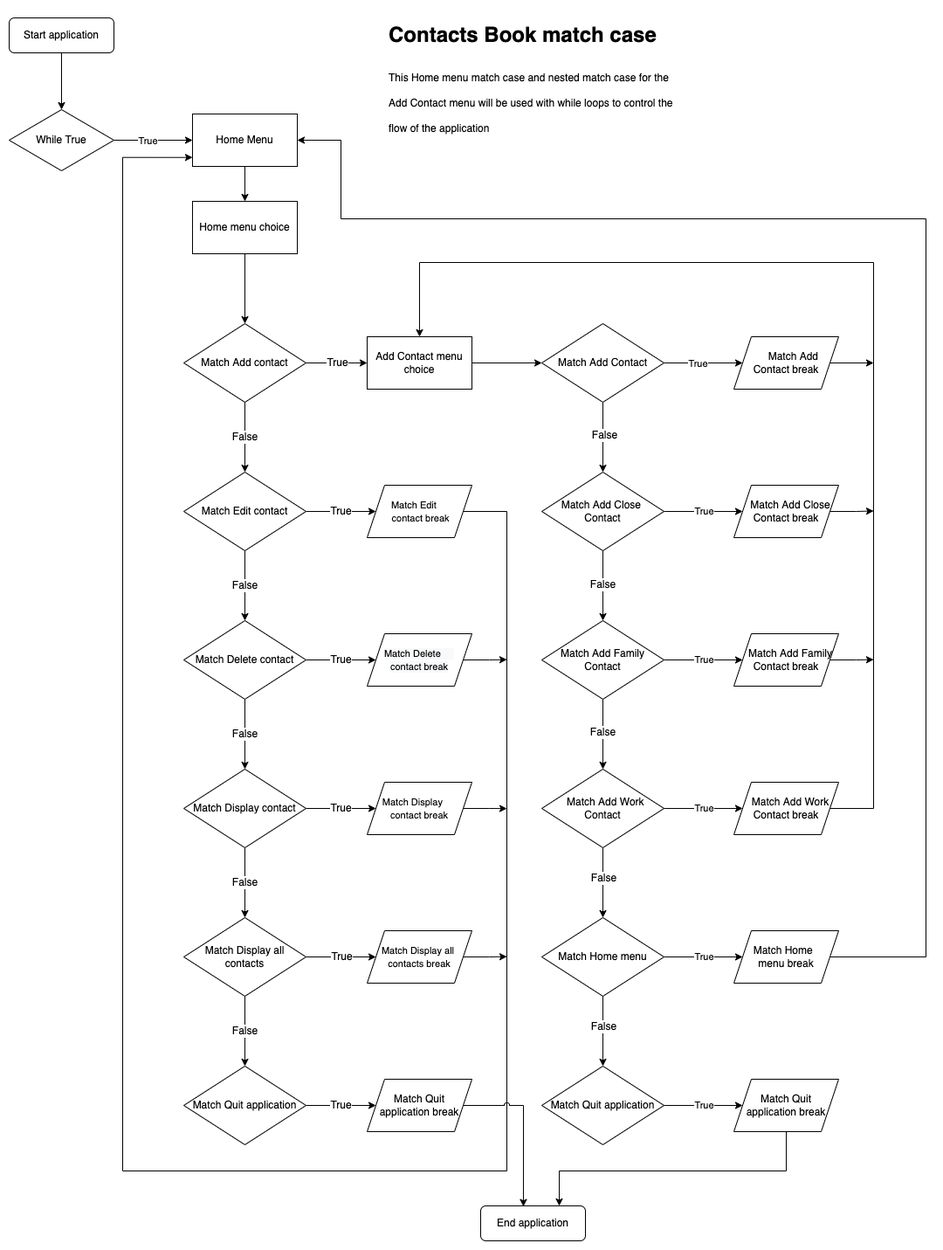
Above: docs/match-case-flowchart.png in MarioLisbona/CA-T1A3-terminal-app (draw.io), before the change. Source tidied: cells renumbered, new cells last; positions are measured from the earlier drawing's top-left corner, leaving out a move shared by most shapes.
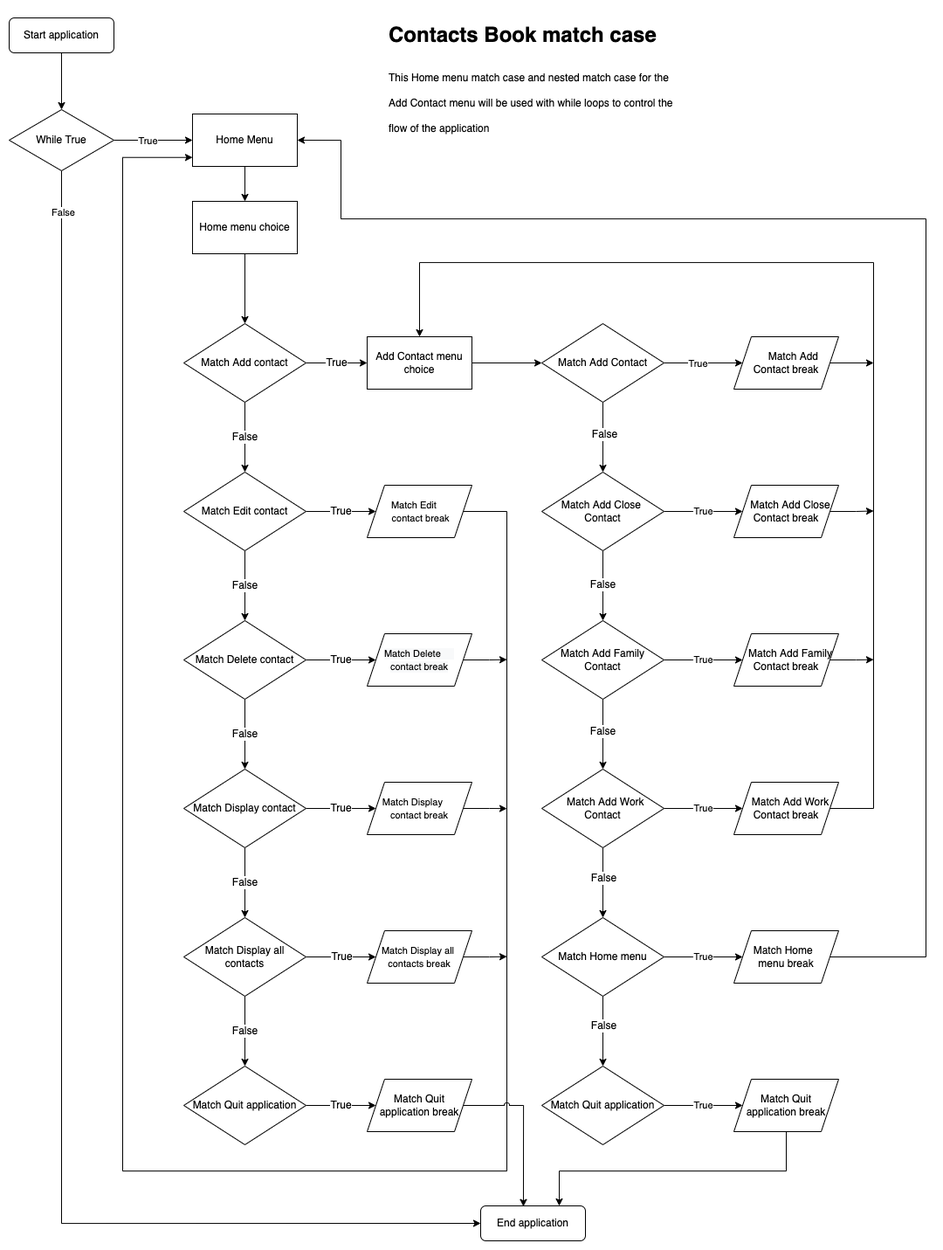
After the change.

Commit message:
Add flowchart update, spell check in README

Change to the diagram source:
```diff
@@ -32,6 +32,12 @@
     <mxCell id="11" value="True" style="edgeLabel;html=1;align=center;verticalAlign=middle;" parent="10" vertex="1">
       <mxGeometry x="-0.13" relative="1" as="geometry" />
     </mxCell>
+    <mxCell id="78" style="edgeStyle=orthogonalEdgeStyle;rounded=0;jettySize=auto;html=1;exitX=0.5;exitY=1;exitDx=0;exitDy=0;entryX=0;entryY=0.5;entryDx=0;entryDy=0;" parent="1" edge="1" source="12" target="13">
+      <mxGeometry relative="1" as="geometry" />
+    </mxCell>
+    <mxCell id="79" value="False" style="edgeLabel;html=1;align=center;verticalAlign=middle;" parent="78" vertex="1">
+      <mxGeometry x="-0.94" y="1" relative="1" as="geometry" />
+    </mxCell>
     <mxCell id="12" value="While True" style="rhombus;whiteSpace=wrap;html=1;" parent="1" vertex="1">
       <mxGeometry y="105" width="120" height="70" as="geometry" />
     </mxCell>
```
